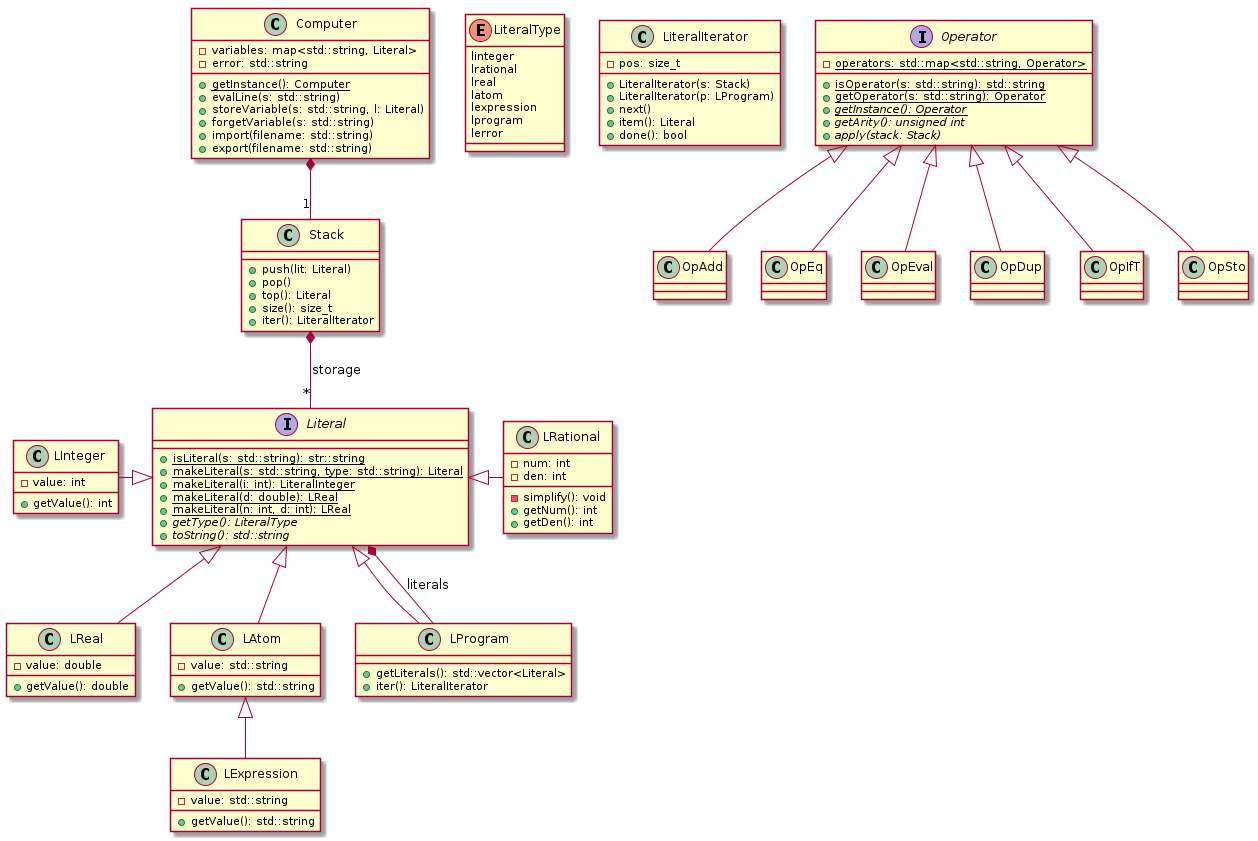
pltheoclement/LO21 keeps this PlantUML diagram as UML/comput.png. Above is the earlier version.
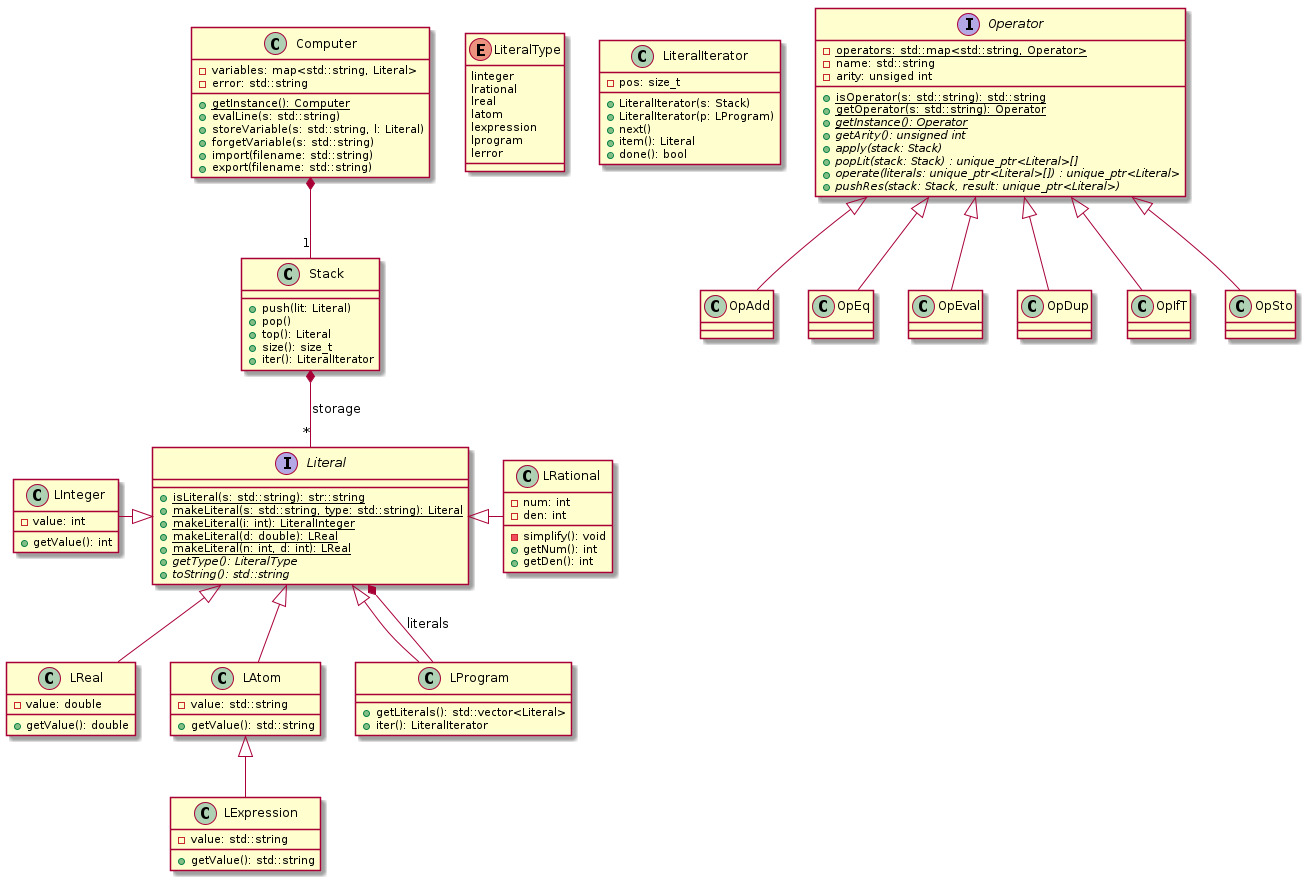
The same diagram one commit later.

Commit message:
Modification de l'UML et avancée de la classe Operator (methodes getOperator et isOperator)

Diff of the diagram source:
```diff
@@ -92,11 +92,16 @@
 
 interface Operator{
     -{static}operators: std::map<std::string, Operator>
+    -name: std::string
+    -arity: unsiged int
     +{static}isOperator(s: std::string): std::string
     +{static}getOperator(s: std::string): Operator
     +{static}{abstract}getInstance(): Operator
     +{abstract}getArity(): unsigned int
     +{abstract}apply(stack: Stack)
+    +{abstract}popLit(stack: Stack) : unique_ptr<Literal>[]
+    +{abstract}operate(literals: unique_ptr<Literal>[]) : unique_ptr<Literal>
+    +{abstract}pushRes(stack: Stack, result: unique_ptr<Literal>)
 }
 
 Operator <|-- OpAdd
```
